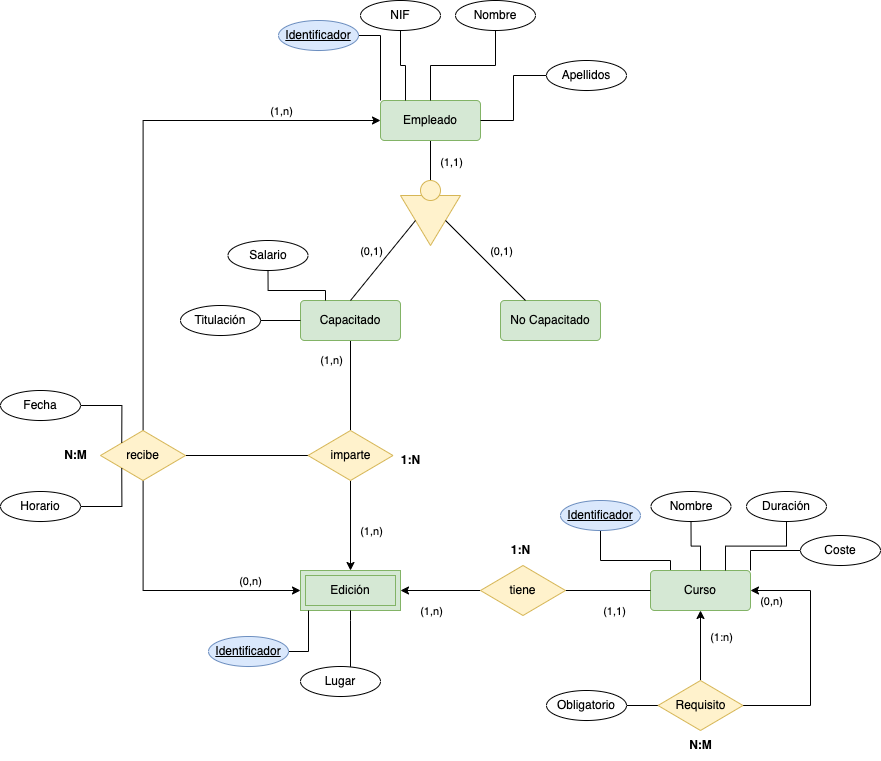
MoisesALH/base-datos keeps this draw.io diagram as MR/repaso/repaso1/img/empleado-curso.drawio.png. Above is the earlier version. Source tidied: cells renumbered, new cells last; positions are measured from the earlier drawing's top-left corner, leaving out a move shared by most shapes.
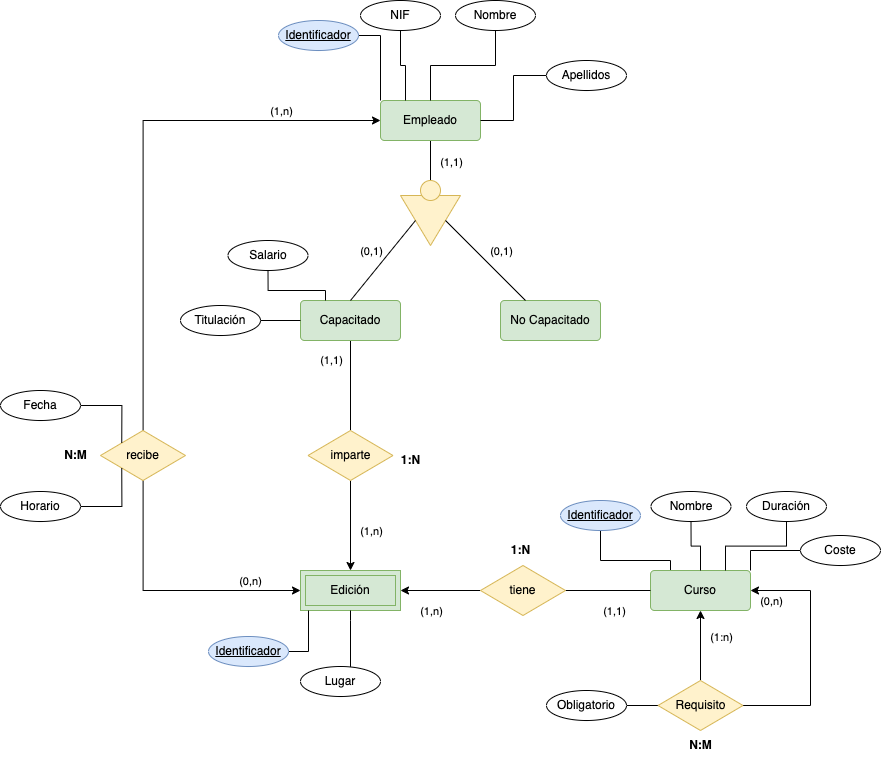
Later version of the same file.

What changed in the source:
```diff
@@ -22,7 +22,7 @@
     <mxCell id="7" style="edgeStyle=orthogonalEdgeStyle;rounded=0;jettySize=auto;html=1;entryX=0.5;entryY=0;entryDx=0;entryDy=0;endArrow=none;endFill=0;" parent="1" edge="1" source="9" target="18">
       <mxGeometry relative="1" as="geometry" />
     </mxCell>
-    <mxCell id="8" value="(1,n)" style="edgeLabel;html=1;align=center;verticalAlign=middle;" parent="7" vertex="1">
+    <mxCell id="8" value="(1,1)" style="edgeLabel;html=1;align=center;verticalAlign=middle;" parent="7" vertex="1">
       <mxGeometry x="-0.58" y="-1" relative="1" as="geometry">
         <mxPoint x="-19" y="1" as="offset" />
       </mxGeometry>
@@ -49,9 +49,6 @@
         <mxPoint x="19" y="-3" as="offset" />
       </mxGeometry>
     </mxCell>
-    <mxCell id="15" style="edgeStyle=orthogonalEdgeStyle;rounded=0;jettySize=auto;html=1;entryX=1;entryY=0.5;entryDx=0;entryDy=0;endArrow=none;endFill=0;" parent="1" edge="1" source="18" target="23">
-      <mxGeometry relative="1" as="geometry" />
-    </mxCell>
     <mxCell id="16" style="edgeStyle=orthogonalEdgeStyle;rounded=0;jettySize=auto;html=1;endArrow=classic;endFill=1;" parent="1" edge="1" source="18" target="26">
       <mxGeometry relative="1" as="geometry" />
     </mxCell>
```
